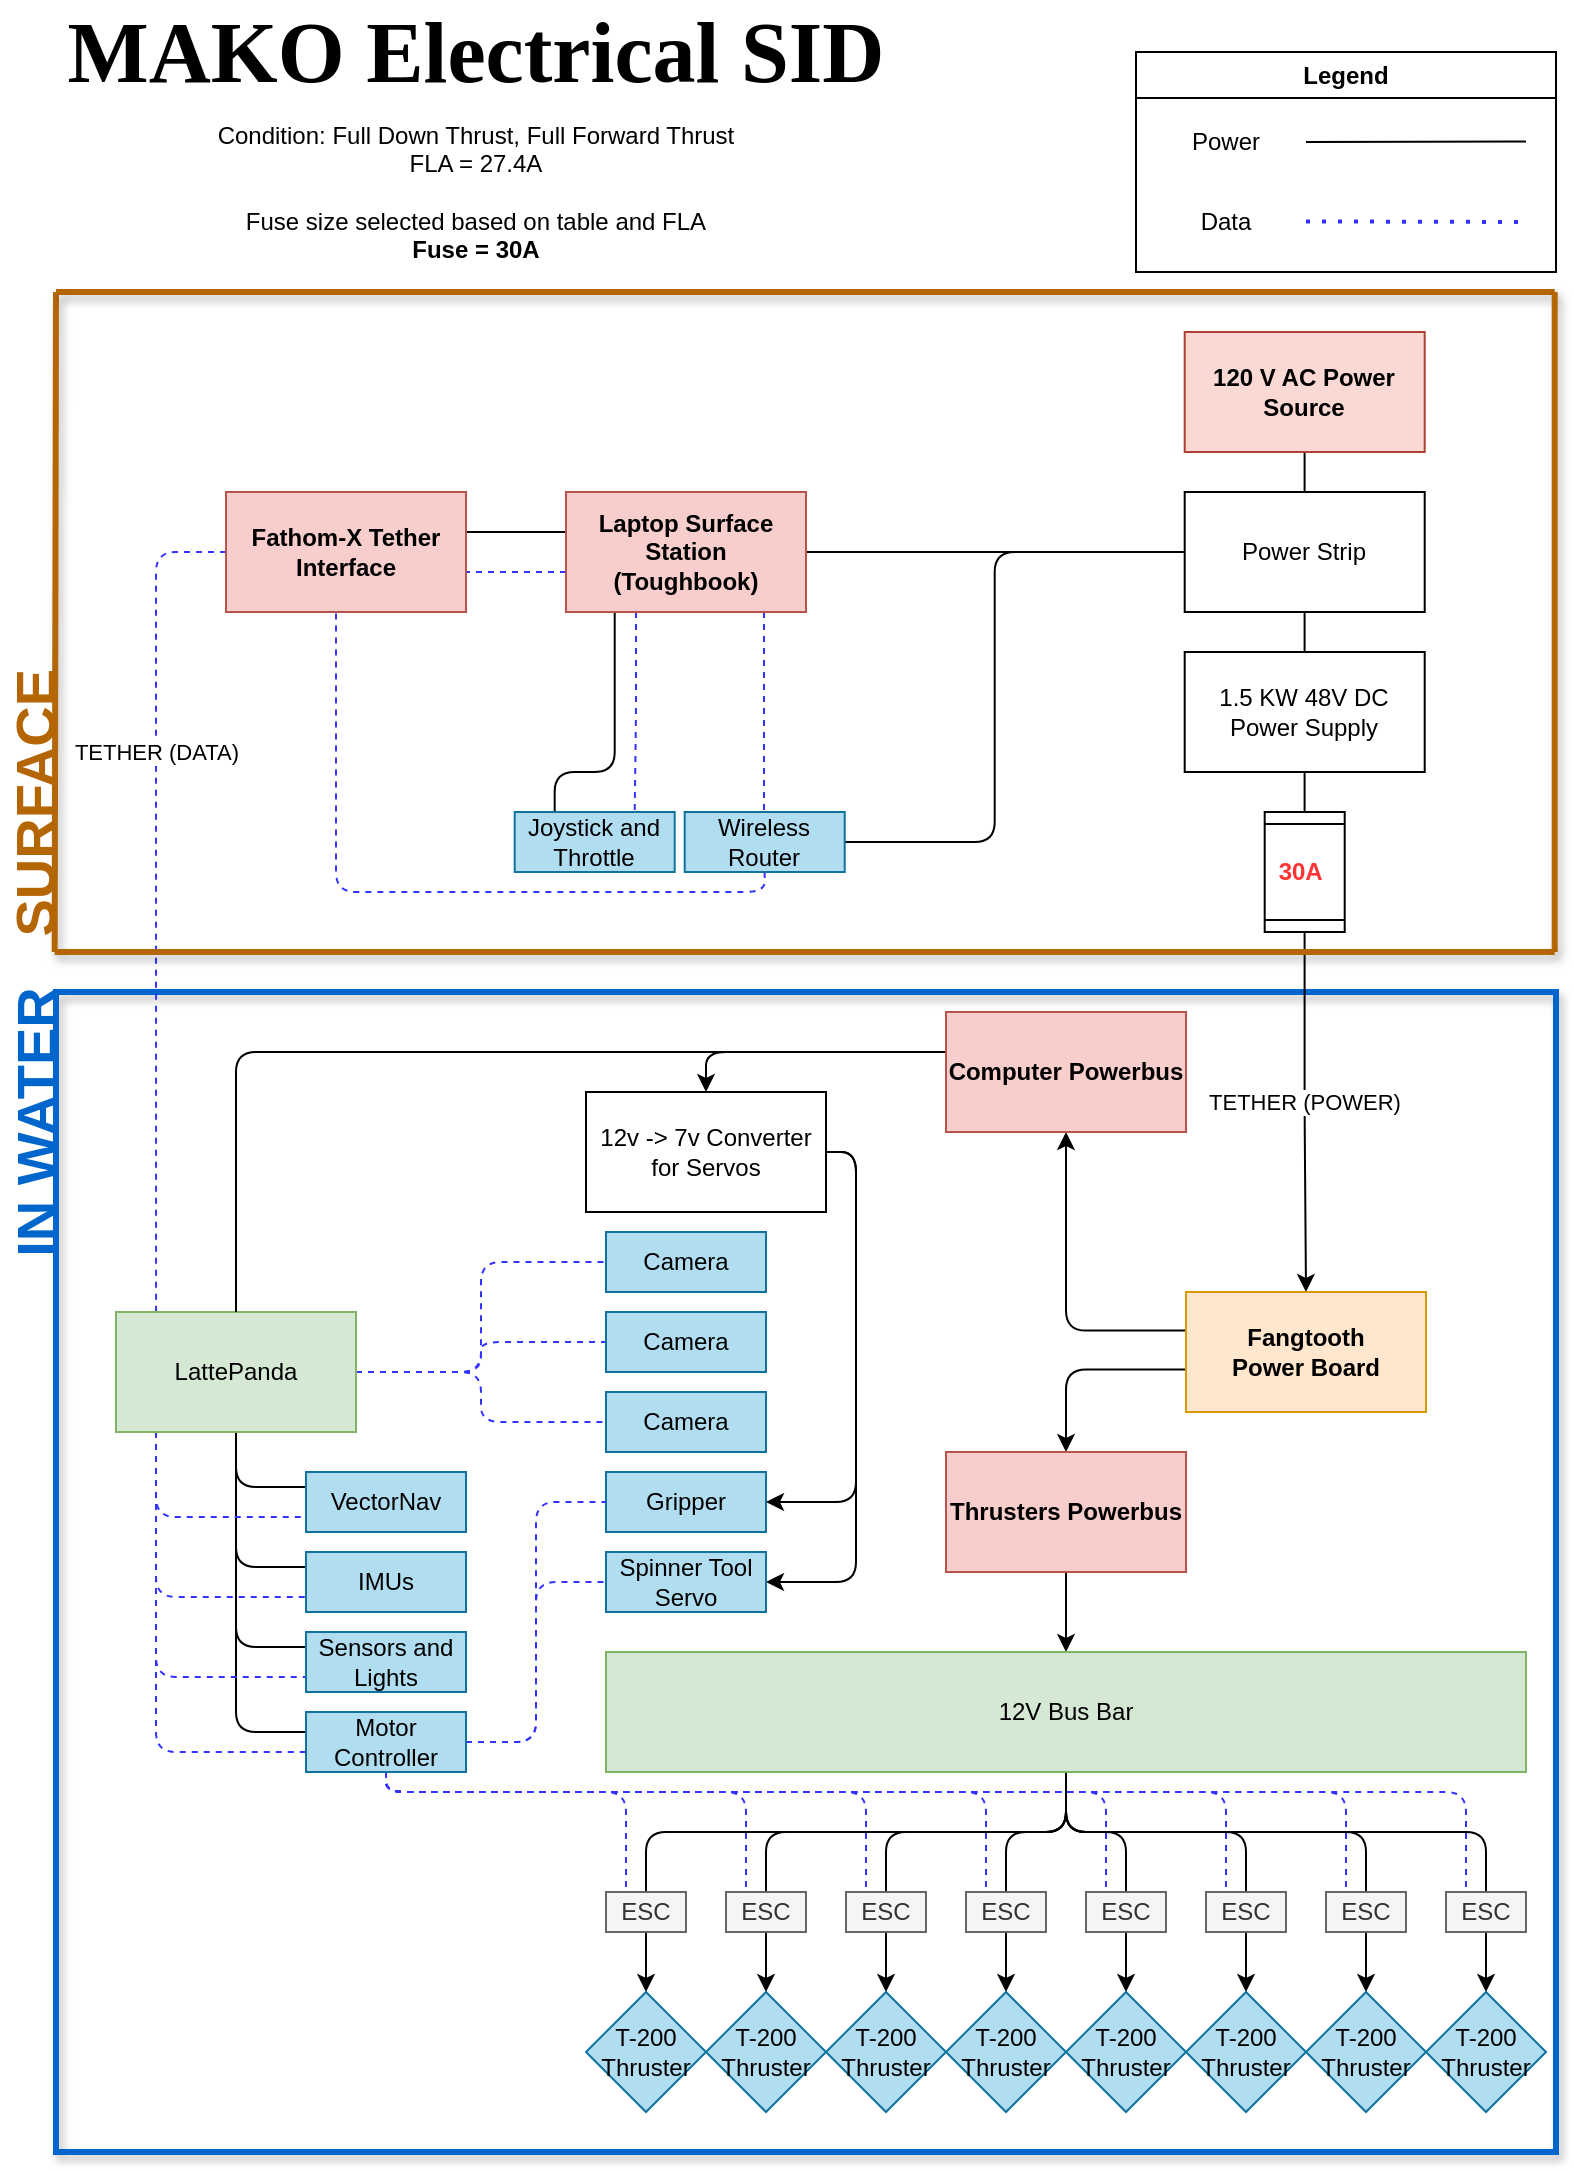
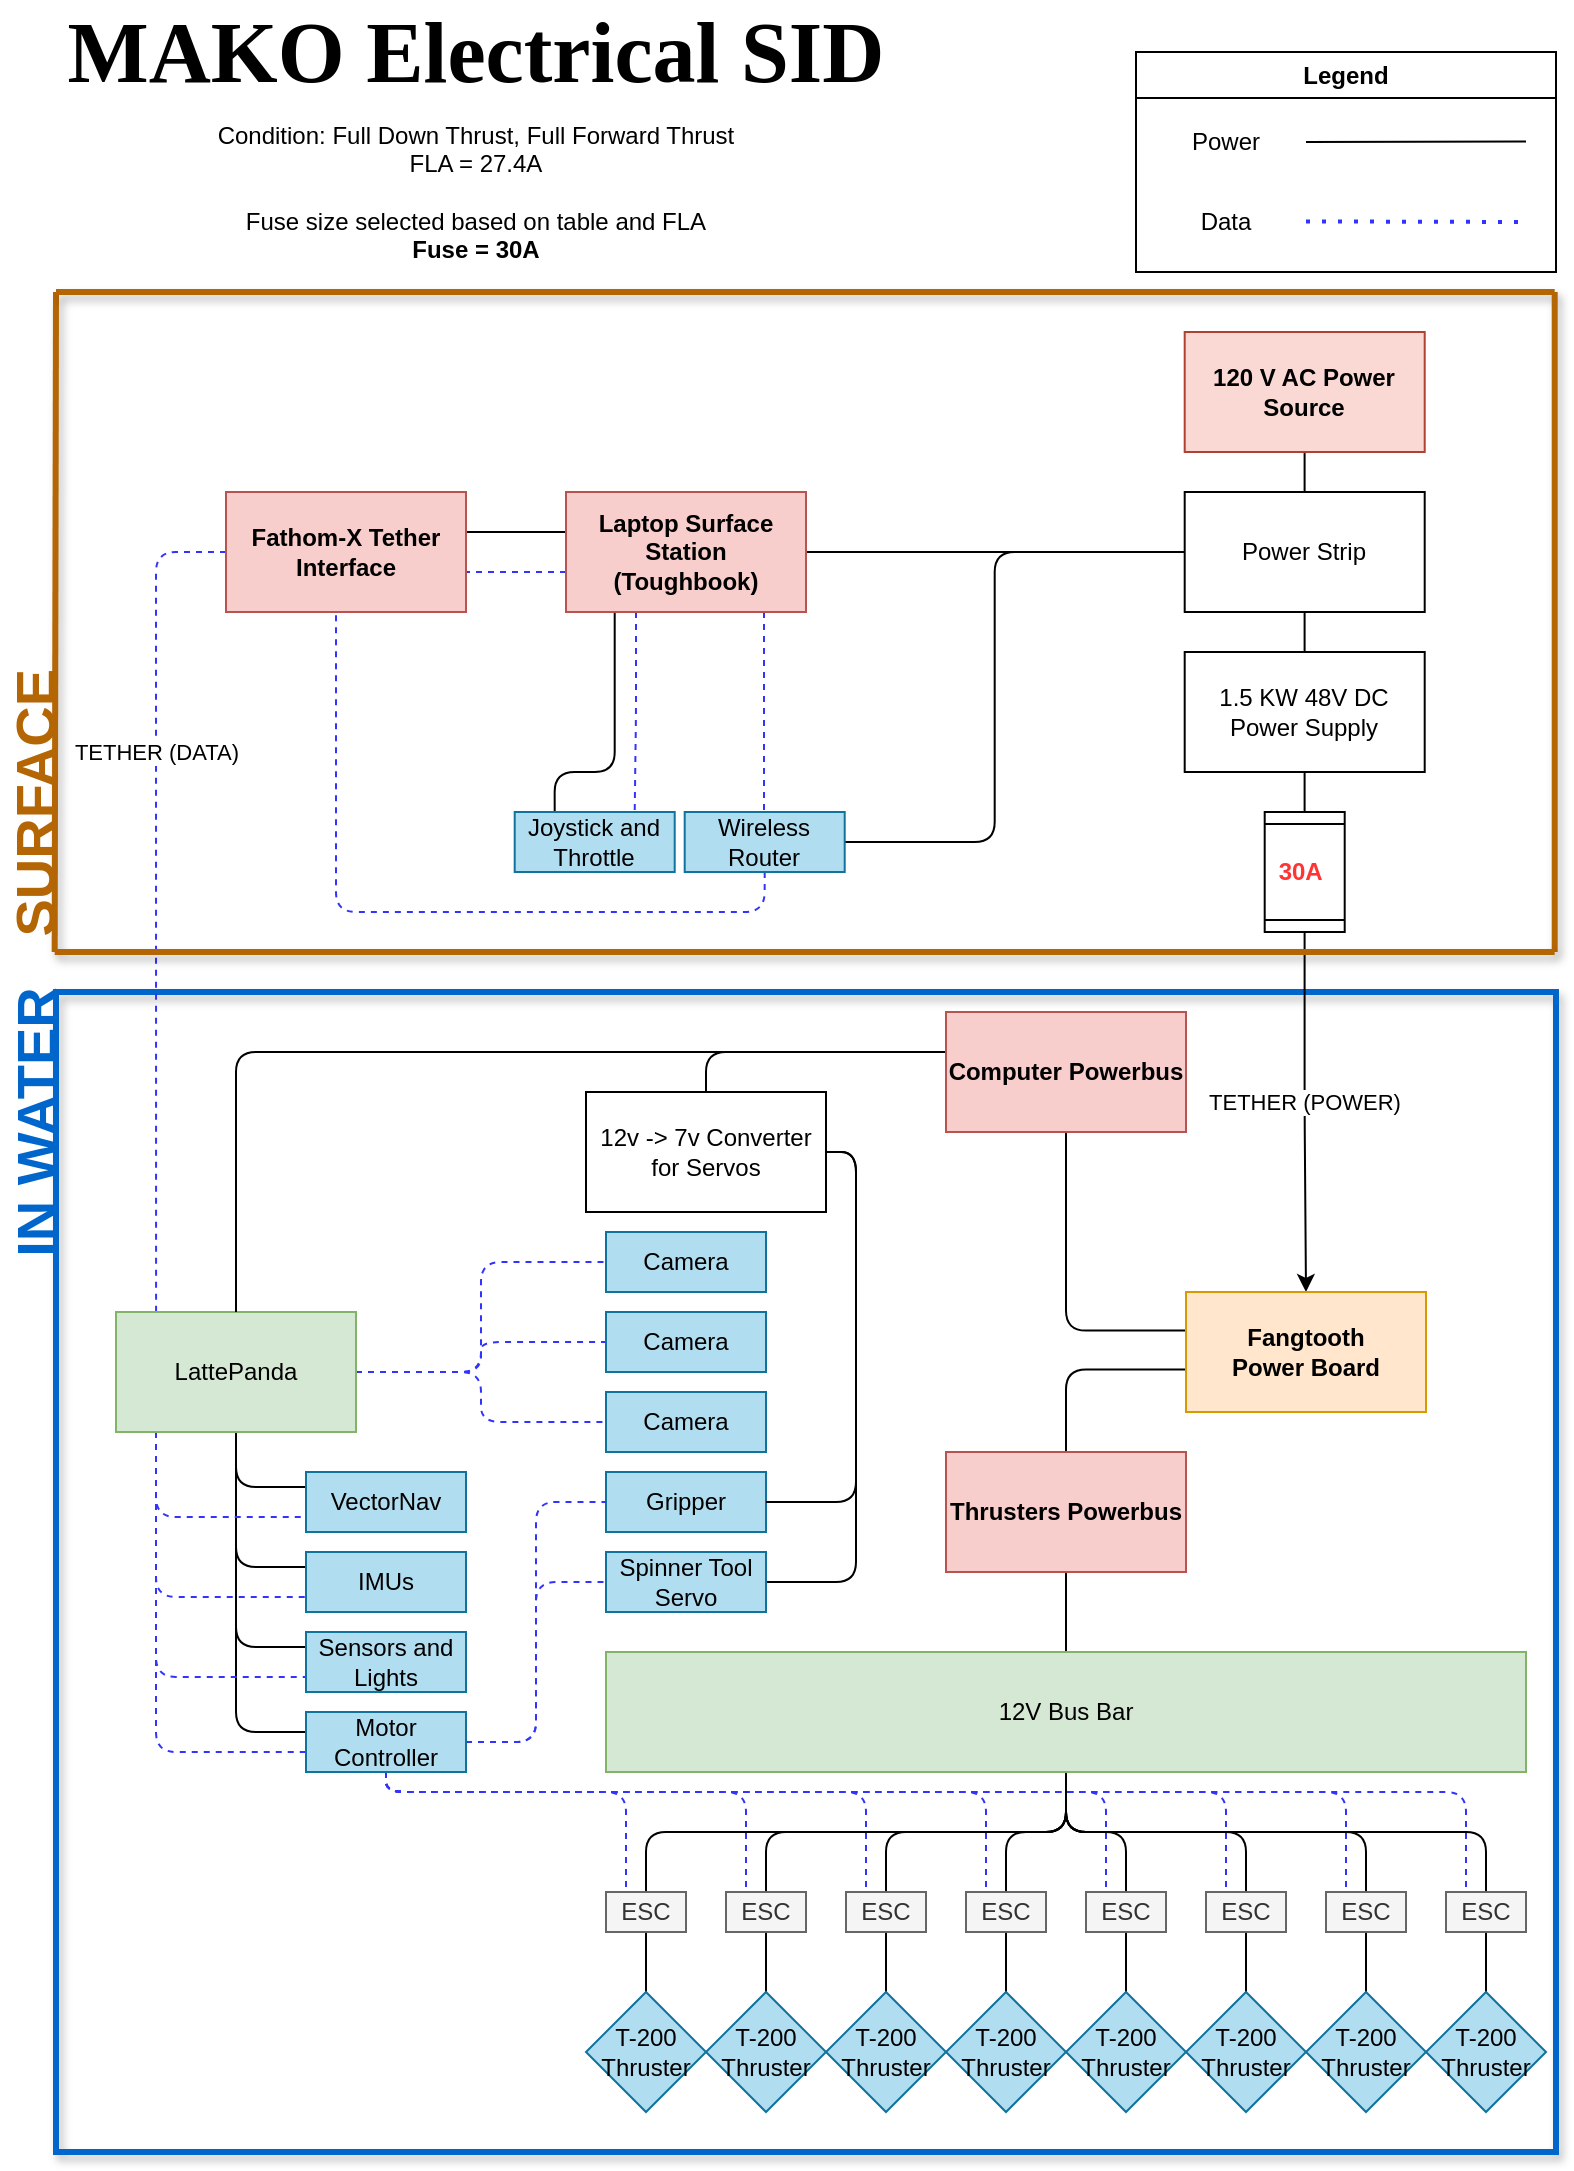
<mxfile host="app.diagrams.net" agent="Mozilla/5.0 (Windows NT 10.0; Win64; x64; rv:139.0) Gecko/20100101 Firefox/139.0">
  <diagram name="Page-1" id="doaNbLGYiiKzRFzNWdXi">
-     <mxGraphModel dx="324" dy="681" grid="1" gridSize="10" guides="1" tooltips="1" connect="1" arrows="1" fold="1" page="1" pageScale="1" pageWidth="850" pageHeight="1100" math="0" shadow="0">
+     <mxGraphModel dx="1566" dy="1402" grid="1" gridSize="10" guides="1" tooltips="1" connect="1" arrows="1" fold="1" page="1" pageScale="1" pageWidth="850" pageHeight="1100" math="0" shadow="0">
      <root>
        <mxCell id="0" />
        <mxCell id="1" parent="0" />
        <mxCell id="0vSBfI8_46AL9H7hPHAw-18" parent="1" style="rounded=0;whiteSpace=wrap;html=1;fillColor=none;strokeWidth=3;strokeColor=#0066CC;glass=0;shadow=1;" value="" vertex="1">
          <mxGeometry height="580" width="750" x="890" y="500" as="geometry" />
        </mxCell>
        <mxCell id="59XTsty1G1Yx93DkZX_j-1" parent="1" style="text;html=1;whiteSpace=wrap;strokeColor=none;fillColor=none;align=center;verticalAlign=middle;rounded=0;fontFamily=Times New Roman;fontStyle=1" value="&lt;font style=&quot;font-size: 43px;&quot;&gt;&lt;span&gt;MAKO Electrical SID&lt;/span&gt;&lt;/font&gt;" vertex="1">
          <mxGeometry height="40" width="420" x="890" y="10" as="geometry" />
        </mxCell>
        <mxCell id="59XTsty1G1Yx93DkZX_j-24" edge="1" parent="1" style="edgeStyle=orthogonalEdgeStyle;rounded=0;orthogonalLoop=1;jettySize=auto;html=1;exitX=0.5;exitY=1;exitDx=0;exitDy=0;">
          <mxGeometry relative="1" as="geometry">
            <mxPoint x="1435" y="910" as="sourcePoint" />
            <mxPoint x="1435" y="910" as="targetPoint" />
          </mxGeometry>
        </mxCell>
        <mxCell id="59XTsty1G1Yx93DkZX_j-45" parent="1" style="swimlane;whiteSpace=wrap;html=1;" value="Legend" vertex="1">
          <mxGeometry height="110" width="210" x="1430" y="30" as="geometry" />
        </mxCell>
        <mxCell id="59XTsty1G1Yx93DkZX_j-46" parent="59XTsty1G1Yx93DkZX_j-45" style="text;html=1;whiteSpace=wrap;strokeColor=none;fillColor=none;align=center;verticalAlign=middle;rounded=0;" value="Power" vertex="1">
          <mxGeometry height="30" width="60" x="15" y="30" as="geometry" />
        </mxCell>
        <mxCell id="59XTsty1G1Yx93DkZX_j-47" parent="59XTsty1G1Yx93DkZX_j-45" style="text;html=1;whiteSpace=wrap;strokeColor=none;fillColor=none;align=center;verticalAlign=middle;rounded=0;" value="Data" vertex="1">
          <mxGeometry height="30" width="60" x="15" y="70" as="geometry" />
        </mxCell>
        <mxCell id="59XTsty1G1Yx93DkZX_j-53" edge="1" parent="59XTsty1G1Yx93DkZX_j-45" style="endArrow=none;dashed=1;html=1;dashPattern=1 3;strokeWidth=2;strokeColor=#3333FF;" value="">
          <mxGeometry height="50" relative="1" width="50" as="geometry">
            <mxPoint x="85" y="84.72" as="sourcePoint" />
            <mxPoint x="195" y="85" as="targetPoint" />
          </mxGeometry>
        </mxCell>
        <mxCell id="59XTsty1G1Yx93DkZX_j-54" edge="1" parent="59XTsty1G1Yx93DkZX_j-45" style="endArrow=none;html=1;strokeColor=#000000;" value="">
          <mxGeometry height="50" relative="1" width="50" as="geometry">
            <mxPoint x="85" y="45.06" as="sourcePoint" />
            <mxPoint x="195" y="44.78" as="targetPoint" />
          </mxGeometry>
        </mxCell>
        <mxCell id="59XTsty1G1Yx93DkZX_j-216" edge="1" parent="1" source="59XTsty1G1Yx93DkZX_j-57" style="edgeStyle=orthogonalEdgeStyle;orthogonalLoop=1;jettySize=auto;html=1;endArrow=none;endFill=0;" target="59XTsty1G1Yx93DkZX_j-208" value="">
          <mxGeometry relative="1" as="geometry" />
        </mxCell>
        <mxCell id="59XTsty1G1Yx93DkZX_j-57" parent="1" style="rounded=0;whiteSpace=wrap;html=1;fillColor=#fad9d5;strokeColor=#ae4132;fontStyle=1" value="120 V AC Power Source" vertex="1">
          <mxGeometry height="60" width="120" x="1454.35" y="170" as="geometry" />
        </mxCell>
        <mxCell id="59XTsty1G1Yx93DkZX_j-71" edge="1" parent="1" source="59XTsty1G1Yx93DkZX_j-66" style="edgeStyle=orthogonalEdgeStyle;orthogonalLoop=1;jettySize=auto;html=1;endArrow=none;endFill=0;" target="59XTsty1G1Yx93DkZX_j-70" value="">
          <mxGeometry relative="1" as="geometry" />
        </mxCell>
        <mxCell id="59XTsty1G1Yx93DkZX_j-66" parent="1" style="rounded=0;whiteSpace=wrap;html=1;" value="&lt;div&gt;1.5 KW 48V DC Power Supply&lt;/div&gt;" vertex="1">
          <mxGeometry height="60" width="120" x="1454.35" y="330" as="geometry" />
        </mxCell>
        <mxCell id="59XTsty1G1Yx93DkZX_j-81" edge="1" parent="1" source="59XTsty1G1Yx93DkZX_j-70" style="edgeStyle=orthogonalEdgeStyle;orthogonalLoop=1;jettySize=auto;html=1;entryX=0.5;entryY=0;entryDx=0;entryDy=0;" target="59XTsty1G1Yx93DkZX_j-101" value="">
          <mxGeometry relative="1" as="geometry">
            <mxPoint x="1515" y="470" as="targetPoint" />
          </mxGeometry>
        </mxCell>
        <mxCell id="59XTsty1G1Yx93DkZX_j-99" connectable="0" parent="59XTsty1G1Yx93DkZX_j-81" style="edgeLabel;html=1;align=center;verticalAlign=middle;resizable=0;points=[];" value="TETHER (POWER)" vertex="1">
          <mxGeometry relative="1" x="-0.062" y="-1" as="geometry">
            <mxPoint as="offset" />
          </mxGeometry>
        </mxCell>
        <mxCell id="59XTsty1G1Yx93DkZX_j-70" parent="1" style="shape=process;whiteSpace=wrap;html=1;backgroundOutline=1;rounded=0;direction=south;" value="&lt;div&gt;&lt;b style=&quot;color: rgb(255, 53, 53);&quot;&gt;30A&amp;nbsp;&lt;/b&gt;&lt;/div&gt;" vertex="1">
          <mxGeometry height="60" width="40" x="1494.35" y="410" as="geometry" />
        </mxCell>
        <mxCell id="59XTsty1G1Yx93DkZX_j-83" parent="1" style="text;html=1;whiteSpace=wrap;strokeColor=none;fillColor=none;align=center;verticalAlign=middle;rounded=0;" value="&lt;div&gt;Condition: Full Down Thrust, Full Forward Thrust&lt;/div&gt;&lt;div&gt;FLA = 27.4A&lt;/div&gt;&lt;div&gt;&lt;br&gt;&lt;/div&gt;&lt;div&gt;Fuse size selected based on table and FLA&lt;/div&gt;&lt;div&gt;&lt;b&gt;Fuse = 30A&lt;/b&gt;&lt;/div&gt;" vertex="1">
          <mxGeometry height="80" width="410" x="894.9999999999999" y="60" as="geometry" />
        </mxCell>
-         <mxCell id="59XTsty1G1Yx93DkZX_j-205" edge="1" parent="1" source="59XTsty1G1Yx93DkZX_j-101" style="edgeStyle=orthogonalEdgeStyle;orthogonalLoop=1;jettySize=auto;html=1;entryX=0.5;entryY=1;entryDx=0;entryDy=0;exitX=-0.004;exitY=0.321;exitDx=0;exitDy=0;exitPerimeter=0;" target="59XTsty1G1Yx93DkZX_j-180">
-           <mxGeometry relative="1" as="geometry" />
-         </mxCell>
-         <mxCell id="59XTsty1G1Yx93DkZX_j-206" edge="1" parent="1" source="59XTsty1G1Yx93DkZX_j-101" style="edgeStyle=orthogonalEdgeStyle;orthogonalLoop=1;jettySize=auto;html=1;exitX=0.001;exitY=0.645;exitDx=0;exitDy=0;exitPerimeter=0;" target="59XTsty1G1Yx93DkZX_j-102">
+         <mxCell id="59XTsty1G1Yx93DkZX_j-205" edge="1" parent="1" source="59XTsty1G1Yx93DkZX_j-101" style="edgeStyle=orthogonalEdgeStyle;orthogonalLoop=1;jettySize=auto;html=1;entryX=0.5;entryY=1;entryDx=0;entryDy=0;exitX=-0.004;exitY=0.321;exitDx=0;exitDy=0;exitPerimeter=0;endArrow=none;endFill=0;" target="59XTsty1G1Yx93DkZX_j-180">
+           <mxGeometry relative="1" as="geometry" />
+         </mxCell>
+         <mxCell id="59XTsty1G1Yx93DkZX_j-206" edge="1" parent="1" source="59XTsty1G1Yx93DkZX_j-101" style="edgeStyle=orthogonalEdgeStyle;orthogonalLoop=1;jettySize=auto;html=1;exitX=0.001;exitY=0.645;exitDx=0;exitDy=0;exitPerimeter=0;endArrow=none;endFill=0;" target="59XTsty1G1Yx93DkZX_j-102">
          <mxGeometry relative="1" as="geometry" />
        </mxCell>
        <mxCell id="59XTsty1G1Yx93DkZX_j-101" parent="1" style="rounded=0;whiteSpace=wrap;html=1;fillColor=#ffe6cc;strokeColor=#d79b00;fontStyle=1" value="&lt;div&gt;Fangtooth&lt;/div&gt;&lt;div&gt;Power Board&lt;/div&gt;" vertex="1">
          <mxGeometry height="60" width="120" x="1455" y="650" as="geometry" />
        </mxCell>
-         <mxCell id="59XTsty1G1Yx93DkZX_j-113" edge="1" parent="1" source="59XTsty1G1Yx93DkZX_j-102" style="edgeStyle=orthogonalEdgeStyle;orthogonalLoop=1;jettySize=auto;html=1;entryX=0.5;entryY=0;entryDx=0;entryDy=0;" target="59XTsty1G1Yx93DkZX_j-108">
+         <mxCell id="59XTsty1G1Yx93DkZX_j-113" edge="1" parent="1" source="59XTsty1G1Yx93DkZX_j-102" style="edgeStyle=orthogonalEdgeStyle;orthogonalLoop=1;jettySize=auto;html=1;entryX=0.5;entryY=0;entryDx=0;entryDy=0;endArrow=none;endFill=0;" target="59XTsty1G1Yx93DkZX_j-108">
          <mxGeometry relative="1" as="geometry" />
        </mxCell>
        <mxCell id="59XTsty1G1Yx93DkZX_j-102" parent="1" style="rounded=0;whiteSpace=wrap;html=1;fillColor=#f8cecc;strokeColor=#b85450;fontStyle=1" value="Thrusters Powerbus" vertex="1">
          <mxGeometry height="60" width="120" x="1335" y="730" as="geometry" />
        </mxCell>
        <mxCell id="59XTsty1G1Yx93DkZX_j-135" edge="1" parent="1" source="59XTsty1G1Yx93DkZX_j-108" style="edgeStyle=orthogonalEdgeStyle;orthogonalLoop=1;jettySize=auto;html=1;entryX=0.5;entryY=0;entryDx=0;entryDy=0;endArrow=none;endFill=0;" target="59XTsty1G1Yx93DkZX_j-116">
          <mxGeometry relative="1" as="geometry" />
        </mxCell>
        <mxCell id="59XTsty1G1Yx93DkZX_j-137" edge="1" parent="1" source="59XTsty1G1Yx93DkZX_j-108" style="edgeStyle=orthogonalEdgeStyle;orthogonalLoop=1;jettySize=auto;html=1;entryX=0.5;entryY=0;entryDx=0;entryDy=0;endArrow=none;endFill=0;" target="59XTsty1G1Yx93DkZX_j-120">
          <mxGeometry relative="1" as="geometry" />
        </mxCell>
        <mxCell id="59XTsty1G1Yx93DkZX_j-138" edge="1" parent="1" source="59XTsty1G1Yx93DkZX_j-108" style="edgeStyle=orthogonalEdgeStyle;orthogonalLoop=1;jettySize=auto;html=1;entryX=0.5;entryY=0;entryDx=0;entryDy=0;endArrow=none;endFill=0;" target="59XTsty1G1Yx93DkZX_j-117">
          <mxGeometry relative="1" as="geometry" />
        </mxCell>
        <mxCell id="59XTsty1G1Yx93DkZX_j-139" edge="1" parent="1" source="59XTsty1G1Yx93DkZX_j-108" style="edgeStyle=orthogonalEdgeStyle;orthogonalLoop=1;jettySize=auto;html=1;entryX=0.5;entryY=0;entryDx=0;entryDy=0;endArrow=none;endFill=0;" target="59XTsty1G1Yx93DkZX_j-118">
          <mxGeometry relative="1" as="geometry" />
        </mxCell>
        <mxCell id="59XTsty1G1Yx93DkZX_j-140" edge="1" parent="1" source="59XTsty1G1Yx93DkZX_j-108" style="edgeStyle=orthogonalEdgeStyle;orthogonalLoop=1;jettySize=auto;html=1;entryX=0.5;entryY=0;entryDx=0;entryDy=0;endArrow=none;endFill=0;" target="59XTsty1G1Yx93DkZX_j-121">
          <mxGeometry relative="1" as="geometry" />
        </mxCell>
        <mxCell id="59XTsty1G1Yx93DkZX_j-141" edge="1" parent="1" source="59XTsty1G1Yx93DkZX_j-108" style="edgeStyle=orthogonalEdgeStyle;orthogonalLoop=1;jettySize=auto;html=1;entryX=0.5;entryY=0;entryDx=0;entryDy=0;endArrow=none;endFill=0;" target="59XTsty1G1Yx93DkZX_j-122">
          <mxGeometry relative="1" as="geometry" />
        </mxCell>
        <mxCell id="59XTsty1G1Yx93DkZX_j-142" edge="1" parent="1" source="59XTsty1G1Yx93DkZX_j-108" style="edgeStyle=orthogonalEdgeStyle;orthogonalLoop=1;jettySize=auto;html=1;entryX=0.5;entryY=0;entryDx=0;entryDy=0;endArrow=none;endFill=0;" target="59XTsty1G1Yx93DkZX_j-123">
          <mxGeometry relative="1" as="geometry" />
        </mxCell>
        <mxCell id="59XTsty1G1Yx93DkZX_j-143" edge="1" parent="1" source="59XTsty1G1Yx93DkZX_j-108" style="edgeStyle=orthogonalEdgeStyle;orthogonalLoop=1;jettySize=auto;html=1;endArrow=none;endFill=0;" target="59XTsty1G1Yx93DkZX_j-124">
          <mxGeometry relative="1" as="geometry" />
        </mxCell>
        <mxCell id="59XTsty1G1Yx93DkZX_j-108" parent="1" style="rounded=0;whiteSpace=wrap;html=1;fillColor=#d5e8d4;strokeColor=#82b366;fontStyle=0" value="&lt;span&gt;12V Bus Bar&lt;/span&gt;" vertex="1">
          <mxGeometry height="60" width="460" x="1165" y="830" as="geometry" />
        </mxCell>
        <mxCell id="59XTsty1G1Yx93DkZX_j-158" edge="1" parent="1" source="59XTsty1G1Yx93DkZX_j-111" style="edgeStyle=orthogonalEdgeStyle;orthogonalLoop=1;jettySize=auto;html=1;entryX=0;entryY=0.5;entryDx=0;entryDy=0;dashed=1;strokeColor=#3333FF;endArrow=none;endFill=0;" target="59XTsty1G1Yx93DkZX_j-154">
          <mxGeometry relative="1" as="geometry" />
        </mxCell>
        <mxCell id="59XTsty1G1Yx93DkZX_j-159" edge="1" parent="1" source="59XTsty1G1Yx93DkZX_j-111" style="edgeStyle=orthogonalEdgeStyle;orthogonalLoop=1;jettySize=auto;html=1;entryX=0;entryY=0.5;entryDx=0;entryDy=0;dashed=1;strokeColor=#3333FF;endArrow=none;endFill=0;" target="59XTsty1G1Yx93DkZX_j-153">
          <mxGeometry relative="1" as="geometry" />
        </mxCell>
        <mxCell id="59XTsty1G1Yx93DkZX_j-232" edge="1" parent="1" source="59XTsty1G1Yx93DkZX_j-111" style="edgeStyle=orthogonalEdgeStyle;orthogonalLoop=1;jettySize=auto;html=1;entryX=0;entryY=0.25;entryDx=0;entryDy=0;endArrow=none;endFill=0;" target="59XTsty1G1Yx93DkZX_j-164">
          <mxGeometry relative="1" as="geometry">
            <Array as="points">
              <mxPoint x="980" y="748" />
            </Array>
          </mxGeometry>
        </mxCell>
        <mxCell id="59XTsty1G1Yx93DkZX_j-233" edge="1" parent="1" source="59XTsty1G1Yx93DkZX_j-111" style="edgeStyle=orthogonalEdgeStyle;orthogonalLoop=1;jettySize=auto;html=1;entryX=0;entryY=0.25;entryDx=0;entryDy=0;endArrow=none;endFill=0;" target="59XTsty1G1Yx93DkZX_j-163">
          <mxGeometry relative="1" as="geometry">
            <Array as="points">
              <mxPoint x="980" y="788" />
            </Array>
          </mxGeometry>
        </mxCell>
        <mxCell id="59XTsty1G1Yx93DkZX_j-234" edge="1" parent="1" source="59XTsty1G1Yx93DkZX_j-111" style="edgeStyle=orthogonalEdgeStyle;orthogonalLoop=1;jettySize=auto;html=1;entryX=0;entryY=0.25;entryDx=0;entryDy=0;endArrow=none;endFill=0;" target="59XTsty1G1Yx93DkZX_j-165">
          <mxGeometry relative="1" as="geometry">
            <Array as="points">
              <mxPoint x="980" y="828" />
            </Array>
          </mxGeometry>
        </mxCell>
        <mxCell id="59XTsty1G1Yx93DkZX_j-235" edge="1" parent="1" source="59XTsty1G1Yx93DkZX_j-111" style="edgeStyle=orthogonalEdgeStyle;orthogonalLoop=1;jettySize=auto;html=1;entryX=0.003;entryY=0.353;entryDx=0;entryDy=0;entryPerimeter=0;endArrow=none;endFill=0;" target="59XTsty1G1Yx93DkZX_j-231">
          <mxGeometry relative="1" as="geometry">
            <Array as="points">
              <mxPoint x="980" y="870" />
              <mxPoint x="1015" y="870" />
            </Array>
          </mxGeometry>
        </mxCell>
        <mxCell id="59XTsty1G1Yx93DkZX_j-236" edge="1" parent="1" source="59XTsty1G1Yx93DkZX_j-111" style="edgeStyle=orthogonalEdgeStyle;orthogonalLoop=1;jettySize=auto;html=1;entryX=-0.002;entryY=0.647;entryDx=0;entryDy=0;dashed=1;strokeColor=#3333FF;entryPerimeter=0;endArrow=none;endFill=0;" target="59XTsty1G1Yx93DkZX_j-231">
          <mxGeometry relative="1" as="geometry">
            <Array as="points">
              <mxPoint x="940" y="880" />
              <mxPoint x="1015" y="880" />
            </Array>
          </mxGeometry>
        </mxCell>
        <mxCell id="59XTsty1G1Yx93DkZX_j-237" edge="1" parent="1" source="59XTsty1G1Yx93DkZX_j-111" style="edgeStyle=orthogonalEdgeStyle;orthogonalLoop=1;jettySize=auto;html=1;entryX=0;entryY=0.75;entryDx=0;entryDy=0;dashed=1;strokeColor=#3333FF;endArrow=none;endFill=0;" target="59XTsty1G1Yx93DkZX_j-165">
          <mxGeometry relative="1" as="geometry">
            <Array as="points">
              <mxPoint x="940" y="843" />
            </Array>
          </mxGeometry>
        </mxCell>
        <mxCell id="59XTsty1G1Yx93DkZX_j-238" edge="1" parent="1" source="59XTsty1G1Yx93DkZX_j-111" style="edgeStyle=orthogonalEdgeStyle;orthogonalLoop=1;jettySize=auto;html=1;entryX=0;entryY=0.75;entryDx=0;entryDy=0;dashed=1;strokeColor=#3333FF;endArrow=none;endFill=0;" target="59XTsty1G1Yx93DkZX_j-163">
          <mxGeometry relative="1" as="geometry">
            <Array as="points">
              <mxPoint x="940" y="803" />
            </Array>
          </mxGeometry>
        </mxCell>
        <mxCell id="59XTsty1G1Yx93DkZX_j-239" edge="1" parent="1" source="59XTsty1G1Yx93DkZX_j-111" style="edgeStyle=orthogonalEdgeStyle;orthogonalLoop=1;jettySize=auto;html=1;entryX=0;entryY=0.75;entryDx=0;entryDy=0;dashed=1;strokeColor=#3333FF;endArrow=none;endFill=0;" target="59XTsty1G1Yx93DkZX_j-164">
          <mxGeometry relative="1" as="geometry">
            <Array as="points">
              <mxPoint x="940" y="763" />
            </Array>
          </mxGeometry>
        </mxCell>
        <mxCell id="0vSBfI8_46AL9H7hPHAw-38" edge="1" parent="1" source="59XTsty1G1Yx93DkZX_j-111" style="edgeStyle=orthogonalEdgeStyle;rounded=1;orthogonalLoop=1;jettySize=auto;html=1;entryX=0;entryY=0.5;entryDx=0;entryDy=0;curved=0;endArrow=none;endFill=0;dashed=1;strokeColor=#3333FF;" target="0vSBfI8_46AL9H7hPHAw-37">
          <mxGeometry relative="1" as="geometry" />
        </mxCell>
        <mxCell id="59XTsty1G1Yx93DkZX_j-111" parent="1" style="rounded=0;whiteSpace=wrap;html=1;fillColor=#d5e8d4;strokeColor=#82b366;" value="LattePanda" vertex="1">
          <mxGeometry height="60" width="120" x="920" y="660" as="geometry" />
        </mxCell>
-         <mxCell id="59XTsty1G1Yx93DkZX_j-145" edge="1" parent="1" source="59XTsty1G1Yx93DkZX_j-116" style="edgeStyle=orthogonalEdgeStyle;orthogonalLoop=1;jettySize=auto;html=1;entryX=0.5;entryY=0;entryDx=0;entryDy=0;" target="59XTsty1G1Yx93DkZX_j-126">
+         <mxCell id="59XTsty1G1Yx93DkZX_j-145" edge="1" parent="1" source="59XTsty1G1Yx93DkZX_j-116" style="edgeStyle=orthogonalEdgeStyle;orthogonalLoop=1;jettySize=auto;html=1;entryX=0.5;entryY=0;entryDx=0;entryDy=0;endArrow=none;endFill=0;" target="59XTsty1G1Yx93DkZX_j-126">
          <mxGeometry relative="1" as="geometry" />
        </mxCell>
        <mxCell id="59XTsty1G1Yx93DkZX_j-116" parent="1" style="rounded=0;whiteSpace=wrap;html=1;fillColor=#f5f5f5;fontColor=#333333;strokeColor=#666666;" value="ESC" vertex="1">
          <mxGeometry height="20" width="40" x="1165" y="950" as="geometry" />
        </mxCell>
-         <mxCell id="59XTsty1G1Yx93DkZX_j-147" edge="1" parent="1" source="59XTsty1G1Yx93DkZX_j-117" style="edgeStyle=orthogonalEdgeStyle;orthogonalLoop=1;jettySize=auto;html=1;entryX=0.5;entryY=0;entryDx=0;entryDy=0;" target="59XTsty1G1Yx93DkZX_j-128">
+         <mxCell id="59XTsty1G1Yx93DkZX_j-147" edge="1" parent="1" source="59XTsty1G1Yx93DkZX_j-117" style="edgeStyle=orthogonalEdgeStyle;orthogonalLoop=1;jettySize=auto;html=1;entryX=0.5;entryY=0;entryDx=0;entryDy=0;endArrow=none;endFill=0;" target="59XTsty1G1Yx93DkZX_j-128">
          <mxGeometry relative="1" as="geometry" />
        </mxCell>
        <mxCell id="59XTsty1G1Yx93DkZX_j-117" parent="1" style="rounded=0;whiteSpace=wrap;html=1;fillColor=#f5f5f5;fontColor=#333333;strokeColor=#666666;" value="ESC" vertex="1">
          <mxGeometry height="20" width="40" x="1285" y="950" as="geometry" />
        </mxCell>
-         <mxCell id="59XTsty1G1Yx93DkZX_j-148" edge="1" parent="1" source="59XTsty1G1Yx93DkZX_j-118" style="edgeStyle=orthogonalEdgeStyle;orthogonalLoop=1;jettySize=auto;html=1;entryX=0.5;entryY=0;entryDx=0;entryDy=0;" target="59XTsty1G1Yx93DkZX_j-129">
+         <mxCell id="59XTsty1G1Yx93DkZX_j-148" edge="1" parent="1" source="59XTsty1G1Yx93DkZX_j-118" style="edgeStyle=orthogonalEdgeStyle;orthogonalLoop=1;jettySize=auto;html=1;entryX=0.5;entryY=0;entryDx=0;entryDy=0;endArrow=none;endFill=0;" target="59XTsty1G1Yx93DkZX_j-129">
          <mxGeometry relative="1" as="geometry" />
        </mxCell>
        <mxCell id="59XTsty1G1Yx93DkZX_j-118" parent="1" style="rounded=0;whiteSpace=wrap;html=1;fillColor=#f5f5f5;fontColor=#333333;strokeColor=#666666;" value="ESC" vertex="1">
          <mxGeometry height="20" width="40" x="1345" y="950" as="geometry" />
        </mxCell>
-         <mxCell id="59XTsty1G1Yx93DkZX_j-146" edge="1" parent="1" source="59XTsty1G1Yx93DkZX_j-120" style="edgeStyle=orthogonalEdgeStyle;orthogonalLoop=1;jettySize=auto;html=1;entryX=0.5;entryY=0;entryDx=0;entryDy=0;" target="59XTsty1G1Yx93DkZX_j-127">
+         <mxCell id="59XTsty1G1Yx93DkZX_j-146" edge="1" parent="1" source="59XTsty1G1Yx93DkZX_j-120" style="edgeStyle=orthogonalEdgeStyle;orthogonalLoop=1;jettySize=auto;html=1;entryX=0.5;entryY=0;entryDx=0;entryDy=0;endArrow=none;endFill=0;" target="59XTsty1G1Yx93DkZX_j-127">
          <mxGeometry relative="1" as="geometry" />
        </mxCell>
        <mxCell id="59XTsty1G1Yx93DkZX_j-120" parent="1" style="rounded=0;whiteSpace=wrap;html=1;fillColor=#f5f5f5;fontColor=#333333;strokeColor=#666666;" value="ESC" vertex="1">
          <mxGeometry height="20" width="40" x="1225" y="950" as="geometry" />
        </mxCell>
-         <mxCell id="59XTsty1G1Yx93DkZX_j-149" edge="1" parent="1" source="59XTsty1G1Yx93DkZX_j-121" style="edgeStyle=orthogonalEdgeStyle;orthogonalLoop=1;jettySize=auto;html=1;entryX=0.5;entryY=0;entryDx=0;entryDy=0;" target="59XTsty1G1Yx93DkZX_j-130">
+         <mxCell id="59XTsty1G1Yx93DkZX_j-149" edge="1" parent="1" source="59XTsty1G1Yx93DkZX_j-121" style="edgeStyle=orthogonalEdgeStyle;orthogonalLoop=1;jettySize=auto;html=1;entryX=0.5;entryY=0;entryDx=0;entryDy=0;endArrow=none;endFill=0;" target="59XTsty1G1Yx93DkZX_j-130">
          <mxGeometry relative="1" as="geometry" />
        </mxCell>
        <mxCell id="59XTsty1G1Yx93DkZX_j-121" parent="1" style="rounded=0;whiteSpace=wrap;html=1;fillColor=#f5f5f5;fontColor=#333333;strokeColor=#666666;" value="ESC" vertex="1">
          <mxGeometry height="20" width="40" x="1405" y="950" as="geometry" />
        </mxCell>
-         <mxCell id="59XTsty1G1Yx93DkZX_j-150" edge="1" parent="1" source="59XTsty1G1Yx93DkZX_j-122" style="edgeStyle=orthogonalEdgeStyle;orthogonalLoop=1;jettySize=auto;html=1;entryX=0.5;entryY=0;entryDx=0;entryDy=0;" target="59XTsty1G1Yx93DkZX_j-131">
+         <mxCell id="59XTsty1G1Yx93DkZX_j-150" edge="1" parent="1" source="59XTsty1G1Yx93DkZX_j-122" style="edgeStyle=orthogonalEdgeStyle;orthogonalLoop=1;jettySize=auto;html=1;entryX=0.5;entryY=0;entryDx=0;entryDy=0;endArrow=none;endFill=0;" target="59XTsty1G1Yx93DkZX_j-131">
          <mxGeometry relative="1" as="geometry" />
        </mxCell>
        <mxCell id="59XTsty1G1Yx93DkZX_j-122" parent="1" style="rounded=0;whiteSpace=wrap;html=1;fillColor=#f5f5f5;fontColor=#333333;strokeColor=#666666;" value="ESC" vertex="1">
          <mxGeometry height="20" width="40" x="1465" y="950" as="geometry" />
        </mxCell>
-         <mxCell id="59XTsty1G1Yx93DkZX_j-151" edge="1" parent="1" source="59XTsty1G1Yx93DkZX_j-123" style="edgeStyle=orthogonalEdgeStyle;orthogonalLoop=1;jettySize=auto;html=1;entryX=0.5;entryY=0;entryDx=0;entryDy=0;" target="59XTsty1G1Yx93DkZX_j-132">
+         <mxCell id="59XTsty1G1Yx93DkZX_j-151" edge="1" parent="1" source="59XTsty1G1Yx93DkZX_j-123" style="edgeStyle=orthogonalEdgeStyle;orthogonalLoop=1;jettySize=auto;html=1;entryX=0.5;entryY=0;entryDx=0;entryDy=0;endArrow=none;endFill=0;" target="59XTsty1G1Yx93DkZX_j-132">
          <mxGeometry relative="1" as="geometry" />
        </mxCell>
        <mxCell id="59XTsty1G1Yx93DkZX_j-123" parent="1" style="rounded=0;whiteSpace=wrap;html=1;fillColor=#f5f5f5;fontColor=#333333;strokeColor=#666666;" value="ESC" vertex="1">
          <mxGeometry height="20" width="40" x="1525" y="950" as="geometry" />
        </mxCell>
-         <mxCell id="59XTsty1G1Yx93DkZX_j-152" edge="1" parent="1" source="59XTsty1G1Yx93DkZX_j-124" style="edgeStyle=orthogonalEdgeStyle;orthogonalLoop=1;jettySize=auto;html=1;entryX=0.5;entryY=0;entryDx=0;entryDy=0;" target="59XTsty1G1Yx93DkZX_j-133">
+         <mxCell id="59XTsty1G1Yx93DkZX_j-152" edge="1" parent="1" source="59XTsty1G1Yx93DkZX_j-124" style="edgeStyle=orthogonalEdgeStyle;orthogonalLoop=1;jettySize=auto;html=1;entryX=0.5;entryY=0;entryDx=0;entryDy=0;endArrow=none;endFill=0;" target="59XTsty1G1Yx93DkZX_j-133">
          <mxGeometry relative="1" as="geometry" />
        </mxCell>
        <mxCell id="59XTsty1G1Yx93DkZX_j-124" parent="1" style="rounded=0;whiteSpace=wrap;html=1;fillColor=#f5f5f5;fontColor=#333333;strokeColor=#666666;" value="ESC" vertex="1">
          <mxGeometry height="20" width="40" x="1585" y="950" as="geometry" />
        </mxCell>
        <mxCell id="59XTsty1G1Yx93DkZX_j-126" parent="1" style="rhombus;whiteSpace=wrap;html=1;fillColor=#b1ddf0;strokeColor=#10739e;" value="T-200 Thruster" vertex="1">
          <mxGeometry height="60" width="60" x="1155" y="1000" as="geometry" />
        </mxCell>
        <mxCell id="59XTsty1G1Yx93DkZX_j-127" parent="1" style="rhombus;whiteSpace=wrap;html=1;fillColor=#b1ddf0;strokeColor=#10739e;" value="T-200 Thruster" vertex="1">
          <mxGeometry height="60" width="60" x="1215" y="1000" as="geometry" />
        </mxCell>
        <mxCell id="59XTsty1G1Yx93DkZX_j-128" parent="1" style="rhombus;whiteSpace=wrap;html=1;fillColor=#b1ddf0;strokeColor=#10739e;" value="T-200 Thruster" vertex="1">
          <mxGeometry height="60" width="60" x="1275" y="1000" as="geometry" />
        </mxCell>
        <mxCell id="59XTsty1G1Yx93DkZX_j-129" parent="1" style="rhombus;whiteSpace=wrap;html=1;fillColor=#b1ddf0;strokeColor=#10739e;" value="T-200 Thruster" vertex="1">
          <mxGeometry height="60" width="60" x="1335" y="1000" as="geometry" />
        </mxCell>
        <mxCell id="59XTsty1G1Yx93DkZX_j-130" parent="1" style="rhombus;whiteSpace=wrap;html=1;fillColor=#b1ddf0;strokeColor=#10739e;" value="T-200 Thruster" vertex="1">
          <mxGeometry height="60" width="60" x="1395" y="1000" as="geometry" />
        </mxCell>
        <mxCell id="59XTsty1G1Yx93DkZX_j-131" parent="1" style="rhombus;whiteSpace=wrap;html=1;fillColor=#b1ddf0;strokeColor=#10739e;" value="T-200 Thruster" vertex="1">
          <mxGeometry height="60" width="60" x="1455" y="1000" as="geometry" />
        </mxCell>
        <mxCell id="59XTsty1G1Yx93DkZX_j-132" parent="1" style="rhombus;whiteSpace=wrap;html=1;fillColor=#b1ddf0;strokeColor=#10739e;" value="T-200 Thruster" vertex="1">
          <mxGeometry height="60" width="60" x="1515" y="1000" as="geometry" />
        </mxCell>
        <mxCell id="59XTsty1G1Yx93DkZX_j-133" parent="1" style="rhombus;whiteSpace=wrap;html=1;fillColor=#b1ddf0;strokeColor=#10739e;" value="T-200 Thruster" vertex="1">
          <mxGeometry height="60" width="60" x="1575" y="1000" as="geometry" />
        </mxCell>
        <mxCell id="59XTsty1G1Yx93DkZX_j-153" parent="1" style="rounded=0;whiteSpace=wrap;html=1;fillColor=#b1ddf0;strokeColor=#10739e;" value="Camera" vertex="1">
          <mxGeometry height="30" width="80" x="1165" y="660" as="geometry" />
        </mxCell>
        <mxCell id="59XTsty1G1Yx93DkZX_j-154" parent="1" style="rounded=0;whiteSpace=wrap;html=1;fillColor=#b1ddf0;strokeColor=#10739e;" value="Camera" vertex="1">
          <mxGeometry height="30" width="80" x="1165" y="700" as="geometry" />
        </mxCell>
        <mxCell id="59XTsty1G1Yx93DkZX_j-155" parent="1" style="rounded=0;whiteSpace=wrap;html=1;fillColor=#b1ddf0;strokeColor=#10739e;" value="Gripper" vertex="1">
          <mxGeometry height="30" width="80" x="1165" y="740" as="geometry" />
        </mxCell>
        <mxCell id="59XTsty1G1Yx93DkZX_j-163" parent="1" style="rounded=0;whiteSpace=wrap;html=1;fillColor=#b1ddf0;strokeColor=#10739e;" value="IMUs" vertex="1">
          <mxGeometry height="30" width="80" x="1015" y="780" as="geometry" />
        </mxCell>
        <mxCell id="59XTsty1G1Yx93DkZX_j-164" parent="1" style="rounded=0;whiteSpace=wrap;html=1;fillColor=#b1ddf0;strokeColor=#10739e;" value="VectorNav" vertex="1">
          <mxGeometry height="30" width="80" x="1015" y="740" as="geometry" />
        </mxCell>
        <mxCell id="59XTsty1G1Yx93DkZX_j-165" parent="1" style="rounded=0;whiteSpace=wrap;html=1;fillColor=#b1ddf0;strokeColor=#10739e;" value="Sensors and Lights" vertex="1">
          <mxGeometry height="30" width="80" x="1015" y="820" as="geometry" />
        </mxCell>
-         <mxCell id="59XTsty1G1Yx93DkZX_j-185" edge="1" parent="1" source="59XTsty1G1Yx93DkZX_j-179" style="edgeStyle=orthogonalEdgeStyle;orthogonalLoop=1;jettySize=auto;html=1;entryX=1;entryY=0.5;entryDx=0;entryDy=0;" target="59XTsty1G1Yx93DkZX_j-155">
+         <mxCell id="59XTsty1G1Yx93DkZX_j-185" edge="1" parent="1" source="59XTsty1G1Yx93DkZX_j-179" style="edgeStyle=orthogonalEdgeStyle;orthogonalLoop=1;jettySize=auto;html=1;entryX=1;entryY=0.5;entryDx=0;entryDy=0;endArrow=none;endFill=0;" target="59XTsty1G1Yx93DkZX_j-155">
          <mxGeometry relative="1" as="geometry">
            <Array as="points">
              <mxPoint x="1290" y="580" />
              <mxPoint x="1290" y="755" />
            </Array>
          </mxGeometry>
        </mxCell>
-         <mxCell id="0vSBfI8_46AL9H7hPHAw-5" edge="1" parent="1" source="59XTsty1G1Yx93DkZX_j-179" style="edgeStyle=orthogonalEdgeStyle;rounded=1;orthogonalLoop=1;jettySize=auto;html=1;entryX=1;entryY=0.5;entryDx=0;entryDy=0;curved=0;" target="0vSBfI8_46AL9H7hPHAw-3">
+         <mxCell id="0vSBfI8_46AL9H7hPHAw-5" edge="1" parent="1" source="59XTsty1G1Yx93DkZX_j-179" style="edgeStyle=orthogonalEdgeStyle;rounded=1;orthogonalLoop=1;jettySize=auto;html=1;entryX=1;entryY=0.5;entryDx=0;entryDy=0;curved=0;endArrow=none;endFill=0;" target="0vSBfI8_46AL9H7hPHAw-3">
          <mxGeometry relative="1" as="geometry">
            <Array as="points">
              <mxPoint x="1290" y="580" />
              <mxPoint x="1290" y="795" />
            </Array>
          </mxGeometry>
        </mxCell>
        <mxCell id="59XTsty1G1Yx93DkZX_j-179" parent="1" style="rounded=0;whiteSpace=wrap;html=1;" value="12v -&amp;gt; 7v Converter for Servos" vertex="1">
          <mxGeometry height="60" width="120" x="1155" y="550" as="geometry" />
        </mxCell>
        <mxCell id="59XTsty1G1Yx93DkZX_j-183" edge="1" parent="1" source="59XTsty1G1Yx93DkZX_j-180" style="edgeStyle=orthogonalEdgeStyle;orthogonalLoop=1;jettySize=auto;html=1;endArrow=none;endFill=0;" target="59XTsty1G1Yx93DkZX_j-111">
          <mxGeometry relative="1" as="geometry">
            <Array as="points">
              <mxPoint x="980" y="530" />
            </Array>
          </mxGeometry>
        </mxCell>
-         <mxCell id="59XTsty1G1Yx93DkZX_j-184" edge="1" parent="1" source="59XTsty1G1Yx93DkZX_j-180" style="edgeStyle=orthogonalEdgeStyle;orthogonalLoop=1;jettySize=auto;html=1;entryX=0.5;entryY=0;entryDx=0;entryDy=0;" target="59XTsty1G1Yx93DkZX_j-179">
+         <mxCell id="59XTsty1G1Yx93DkZX_j-184" edge="1" parent="1" source="59XTsty1G1Yx93DkZX_j-180" style="edgeStyle=orthogonalEdgeStyle;orthogonalLoop=1;jettySize=auto;html=1;entryX=0.5;entryY=0;entryDx=0;entryDy=0;endArrow=none;endFill=0;" target="59XTsty1G1Yx93DkZX_j-179">
          <mxGeometry relative="1" as="geometry">
            <Array as="points">
              <mxPoint x="1215" y="530" />
            </Array>
          </mxGeometry>
        </mxCell>
        <mxCell id="59XTsty1G1Yx93DkZX_j-180" parent="1" style="rounded=0;whiteSpace=wrap;html=1;fillColor=#f8cecc;strokeColor=#b85450;fontStyle=1" value="Computer Powerbus" vertex="1">
          <mxGeometry height="60" width="120" x="1335" y="510" as="geometry" />
        </mxCell>
        <mxCell id="59XTsty1G1Yx93DkZX_j-218" edge="1" parent="1" source="59XTsty1G1Yx93DkZX_j-208" style="edgeStyle=orthogonalEdgeStyle;orthogonalLoop=1;jettySize=auto;html=1;endArrow=none;endFill=0;" target="59XTsty1G1Yx93DkZX_j-66">
          <mxGeometry relative="1" as="geometry" />
        </mxCell>
        <mxCell id="59XTsty1G1Yx93DkZX_j-219" edge="1" parent="1" source="59XTsty1G1Yx93DkZX_j-208" style="edgeStyle=orthogonalEdgeStyle;orthogonalLoop=1;jettySize=auto;html=1;entryX=1;entryY=0.5;entryDx=0;entryDy=0;endArrow=none;endFill=0;" target="59XTsty1G1Yx93DkZX_j-214">
          <mxGeometry relative="1" as="geometry" />
        </mxCell>
        <mxCell id="59XTsty1G1Yx93DkZX_j-224" edge="1" parent="1" source="59XTsty1G1Yx93DkZX_j-208" style="edgeStyle=orthogonalEdgeStyle;orthogonalLoop=1;jettySize=auto;html=1;entryX=1;entryY=0.5;entryDx=0;entryDy=0;endArrow=none;endFill=0;" target="59XTsty1G1Yx93DkZX_j-221">
          <mxGeometry relative="1" as="geometry">
            <Array as="points">
              <mxPoint x="1359.35" y="280" />
              <mxPoint x="1359.35" y="425" />
            </Array>
          </mxGeometry>
        </mxCell>
        <mxCell id="59XTsty1G1Yx93DkZX_j-208" parent="1" style="rounded=0;whiteSpace=wrap;html=1;" value="Power Strip" vertex="1">
          <mxGeometry height="60" width="120" x="1454.35" y="250" as="geometry" />
        </mxCell>
        <mxCell id="59XTsty1G1Yx93DkZX_j-226" edge="1" parent="1" source="59XTsty1G1Yx93DkZX_j-214" style="edgeStyle=orthogonalEdgeStyle;orthogonalLoop=1;jettySize=auto;html=1;dashed=1;strokeColor=#3333FF;entryX=0.75;entryY=0;entryDx=0;entryDy=0;endArrow=none;endFill=0;" target="59XTsty1G1Yx93DkZX_j-222" value="">
          <mxGeometry relative="1" as="geometry">
            <Array as="points">
              <mxPoint x="1180" y="360" />
              <mxPoint x="1179" y="360" />
            </Array>
          </mxGeometry>
        </mxCell>
        <mxCell id="59XTsty1G1Yx93DkZX_j-227" edge="1" parent="1" source="59XTsty1G1Yx93DkZX_j-214" style="edgeStyle=orthogonalEdgeStyle;orthogonalLoop=1;jettySize=auto;html=1;dashed=1;strokeColor=#3333FF;endArrow=none;endFill=0;" target="59XTsty1G1Yx93DkZX_j-221">
          <mxGeometry relative="1" as="geometry">
            <Array as="points">
              <mxPoint x="1244" y="350" />
              <mxPoint x="1244" y="350" />
            </Array>
          </mxGeometry>
        </mxCell>
        <mxCell id="0vSBfI8_46AL9H7hPHAw-9" edge="1" parent="1" source="59XTsty1G1Yx93DkZX_j-214" style="edgeStyle=orthogonalEdgeStyle;rounded=0;orthogonalLoop=1;jettySize=auto;html=1;endArrow=none;endFill=0;" target="0vSBfI8_46AL9H7hPHAw-7" value="">
          <mxGeometry relative="1" as="geometry">
            <Array as="points">
              <mxPoint x="1120" y="270" />
              <mxPoint x="1120" y="270" />
            </Array>
          </mxGeometry>
        </mxCell>
        <mxCell id="0vSBfI8_46AL9H7hPHAw-13" edge="1" parent="1" source="59XTsty1G1Yx93DkZX_j-214" style="edgeStyle=orthogonalEdgeStyle;rounded=1;orthogonalLoop=1;jettySize=auto;html=1;entryX=0.25;entryY=0;entryDx=0;entryDy=0;curved=0;endArrow=none;endFill=0;" target="59XTsty1G1Yx93DkZX_j-222">
          <mxGeometry relative="1" as="geometry">
            <Array as="points">
              <mxPoint x="1169.35" y="390" />
              <mxPoint x="1139.35" y="390" />
            </Array>
          </mxGeometry>
        </mxCell>
        <mxCell id="0vSBfI8_46AL9H7hPHAw-36" edge="1" parent="1" source="59XTsty1G1Yx93DkZX_j-214" style="edgeStyle=orthogonalEdgeStyle;rounded=0;orthogonalLoop=1;jettySize=auto;html=1;dashed=1;strokeColor=#3333FF;endArrow=none;endFill=0;" target="0vSBfI8_46AL9H7hPHAw-7" value="">
          <mxGeometry relative="1" as="geometry">
            <Array as="points">
              <mxPoint x="1120" y="290" />
              <mxPoint x="1120" y="290" />
            </Array>
          </mxGeometry>
        </mxCell>
        <mxCell id="59XTsty1G1Yx93DkZX_j-214" parent="1" style="rounded=0;whiteSpace=wrap;html=1;fillColor=#f8cecc;strokeColor=#b85450;fontStyle=1" value="&lt;div&gt;Laptop Surface Station&lt;/div&gt;&lt;div&gt;(Toughbook)&lt;/div&gt;" vertex="1">
          <mxGeometry height="60" width="120" x="1145" y="250" as="geometry" />
        </mxCell>
        <mxCell id="0vSBfI8_46AL9H7hPHAw-10" edge="1" parent="1" source="59XTsty1G1Yx93DkZX_j-221" style="edgeStyle=orthogonalEdgeStyle;rounded=1;orthogonalLoop=1;jettySize=auto;html=1;strokeColor=#3333FF;curved=0;dashed=1;exitX=0.5;exitY=1;exitDx=0;exitDy=0;endArrow=none;endFill=0;" target="0vSBfI8_46AL9H7hPHAw-7">
          <mxGeometry relative="1" as="geometry">
            <Array as="points">
-               <mxPoint x="1244" y="450" />
-               <mxPoint x="1030" y="450" />
+               <mxPoint x="1244" y="460" />
+               <mxPoint x="1030" y="460" />
            </Array>
          </mxGeometry>
        </mxCell>
        <mxCell id="59XTsty1G1Yx93DkZX_j-221" parent="1" style="rounded=0;whiteSpace=wrap;html=1;fillColor=#b1ddf0;strokeColor=#10739e;" value="Wireless Router" vertex="1">
          <mxGeometry height="30" width="80" x="1204.35" y="410" as="geometry" />
        </mxCell>
        <mxCell id="59XTsty1G1Yx93DkZX_j-222" parent="1" style="rounded=0;whiteSpace=wrap;html=1;fillColor=#b1ddf0;strokeColor=#10739e;" value="Joystick and Throttle" vertex="1">
          <mxGeometry height="30" width="80" x="1119.35" y="410" as="geometry" />
        </mxCell>
        <mxCell id="59XTsty1G1Yx93DkZX_j-242" edge="1" parent="1" source="59XTsty1G1Yx93DkZX_j-231" style="edgeStyle=orthogonalEdgeStyle;orthogonalLoop=1;jettySize=auto;html=1;entryX=0.25;entryY=0;entryDx=0;entryDy=0;dashed=1;strokeColor=#3333FF;endArrow=none;endFill=0;" target="59XTsty1G1Yx93DkZX_j-123">
          <mxGeometry relative="1" as="geometry">
            <Array as="points">
              <mxPoint x="1055" y="900" />
              <mxPoint x="1535" y="900" />
            </Array>
          </mxGeometry>
        </mxCell>
        <mxCell id="59XTsty1G1Yx93DkZX_j-243" edge="1" parent="1" source="59XTsty1G1Yx93DkZX_j-231" style="edgeStyle=orthogonalEdgeStyle;orthogonalLoop=1;jettySize=auto;html=1;entryX=0.25;entryY=0;entryDx=0;entryDy=0;dashed=1;strokeColor=#3333FF;endArrow=none;endFill=0;" target="59XTsty1G1Yx93DkZX_j-124">
          <mxGeometry relative="1" as="geometry">
            <Array as="points">
              <mxPoint x="1055" y="900" />
              <mxPoint x="1595" y="900" />
            </Array>
          </mxGeometry>
        </mxCell>
        <mxCell id="59XTsty1G1Yx93DkZX_j-244" edge="1" parent="1" source="59XTsty1G1Yx93DkZX_j-231" style="edgeStyle=orthogonalEdgeStyle;orthogonalLoop=1;jettySize=auto;html=1;entryX=0.25;entryY=0;entryDx=0;entryDy=0;dashed=1;strokeColor=#3333FF;endArrow=none;endFill=0;" target="59XTsty1G1Yx93DkZX_j-122">
          <mxGeometry relative="1" as="geometry">
            <Array as="points">
              <mxPoint x="1055" y="900" />
              <mxPoint x="1475" y="900" />
            </Array>
          </mxGeometry>
        </mxCell>
        <mxCell id="59XTsty1G1Yx93DkZX_j-245" edge="1" parent="1" source="59XTsty1G1Yx93DkZX_j-231" style="edgeStyle=orthogonalEdgeStyle;orthogonalLoop=1;jettySize=auto;html=1;entryX=0.25;entryY=0;entryDx=0;entryDy=0;dashed=1;strokeColor=#3333FF;endArrow=none;endFill=0;" target="59XTsty1G1Yx93DkZX_j-121">
          <mxGeometry relative="1" as="geometry">
            <Array as="points">
              <mxPoint x="1055" y="900" />
              <mxPoint x="1415" y="900" />
            </Array>
          </mxGeometry>
        </mxCell>
        <mxCell id="59XTsty1G1Yx93DkZX_j-246" edge="1" parent="1" source="59XTsty1G1Yx93DkZX_j-231" style="edgeStyle=orthogonalEdgeStyle;orthogonalLoop=1;jettySize=auto;html=1;entryX=0.25;entryY=0;entryDx=0;entryDy=0;dashed=1;strokeColor=#3333FF;endArrow=none;endFill=0;" target="59XTsty1G1Yx93DkZX_j-118">
          <mxGeometry relative="1" as="geometry">
            <Array as="points">
              <mxPoint x="1055" y="900" />
              <mxPoint x="1355" y="900" />
            </Array>
          </mxGeometry>
        </mxCell>
        <mxCell id="59XTsty1G1Yx93DkZX_j-247" edge="1" parent="1" source="59XTsty1G1Yx93DkZX_j-231" style="edgeStyle=orthogonalEdgeStyle;orthogonalLoop=1;jettySize=auto;html=1;entryX=0.25;entryY=0;entryDx=0;entryDy=0;dashed=1;strokeColor=#3333FF;endArrow=none;endFill=0;" target="59XTsty1G1Yx93DkZX_j-117">
          <mxGeometry relative="1" as="geometry">
            <Array as="points">
              <mxPoint x="1055" y="900" />
              <mxPoint x="1295" y="900" />
            </Array>
          </mxGeometry>
        </mxCell>
        <mxCell id="59XTsty1G1Yx93DkZX_j-248" edge="1" parent="1" source="59XTsty1G1Yx93DkZX_j-231" style="edgeStyle=orthogonalEdgeStyle;orthogonalLoop=1;jettySize=auto;html=1;entryX=0.25;entryY=0;entryDx=0;entryDy=0;dashed=1;strokeColor=#3333FF;endArrow=none;endFill=0;" target="59XTsty1G1Yx93DkZX_j-120">
          <mxGeometry relative="1" as="geometry">
            <Array as="points">
              <mxPoint x="1055" y="900" />
              <mxPoint x="1235" y="900" />
            </Array>
          </mxGeometry>
        </mxCell>
        <mxCell id="59XTsty1G1Yx93DkZX_j-249" edge="1" parent="1" source="59XTsty1G1Yx93DkZX_j-231" style="edgeStyle=orthogonalEdgeStyle;orthogonalLoop=1;jettySize=auto;html=1;entryX=0.25;entryY=0;entryDx=0;entryDy=0;dashed=1;strokeColor=#3333FF;endArrow=none;endFill=0;" target="59XTsty1G1Yx93DkZX_j-116">
          <mxGeometry relative="1" as="geometry">
            <Array as="points">
              <mxPoint x="1055" y="900" />
              <mxPoint x="1175" y="900" />
            </Array>
          </mxGeometry>
        </mxCell>
        <mxCell id="0vSBfI8_46AL9H7hPHAw-2" edge="1" parent="1" source="59XTsty1G1Yx93DkZX_j-231" style="edgeStyle=orthogonalEdgeStyle;rounded=1;orthogonalLoop=1;jettySize=auto;html=1;entryX=0;entryY=0.5;entryDx=0;entryDy=0;dashed=1;strokeColor=#3333FF;curved=0;endArrow=none;endFill=0;" target="59XTsty1G1Yx93DkZX_j-155">
          <mxGeometry relative="1" as="geometry" />
        </mxCell>
        <mxCell id="0vSBfI8_46AL9H7hPHAw-6" edge="1" parent="1" source="59XTsty1G1Yx93DkZX_j-231" style="edgeStyle=orthogonalEdgeStyle;rounded=1;orthogonalLoop=1;jettySize=auto;html=1;entryX=0;entryY=0.5;entryDx=0;entryDy=0;curved=0;dashed=1;strokeColor=#3333FF;endArrow=none;endFill=0;" target="0vSBfI8_46AL9H7hPHAw-3">
          <mxGeometry relative="1" as="geometry" />
        </mxCell>
        <mxCell id="59XTsty1G1Yx93DkZX_j-231" parent="1" style="rounded=0;whiteSpace=wrap;html=1;fillColor=#b1ddf0;strokeColor=#10739e;" value="Motor Controller" vertex="1">
          <mxGeometry height="30" width="80" x="1015" y="860" as="geometry" />
        </mxCell>
        <mxCell id="0vSBfI8_46AL9H7hPHAw-3" parent="1" style="rounded=0;whiteSpace=wrap;html=1;fillColor=#b1ddf0;strokeColor=#10739e;" value="Spinner Tool Servo" vertex="1">
          <mxGeometry height="30" width="80" x="1165" y="780" as="geometry" />
        </mxCell>
        <mxCell id="0vSBfI8_46AL9H7hPHAw-30" edge="1" parent="1" source="0vSBfI8_46AL9H7hPHAw-7" style="edgeStyle=orthogonalEdgeStyle;rounded=1;orthogonalLoop=1;jettySize=auto;html=1;entryX=0.167;entryY=-0.009;entryDx=0;entryDy=0;dashed=1;strokeColor=#3333FF;curved=0;entryPerimeter=0;endArrow=none;endFill=0;" target="59XTsty1G1Yx93DkZX_j-111">
          <mxGeometry relative="1" as="geometry">
            <Array as="points">
              <mxPoint x="940" y="280" />
            </Array>
          </mxGeometry>
        </mxCell>
        <mxCell id="0vSBfI8_46AL9H7hPHAw-40" connectable="0" parent="0vSBfI8_46AL9H7hPHAw-30" style="edgeLabel;html=1;align=center;verticalAlign=middle;resizable=0;points=[];" value="TETHER (DATA)" vertex="1">
          <mxGeometry relative="1" x="-0.3495" as="geometry">
            <mxPoint as="offset" />
          </mxGeometry>
        </mxCell>
        <mxCell id="0vSBfI8_46AL9H7hPHAw-7" parent="1" style="rounded=0;whiteSpace=wrap;html=1;fillColor=#f8cecc;strokeColor=#b85450;fontStyle=1" value="Fathom-X Tether Interface" vertex="1">
          <mxGeometry height="60" width="120" x="975" y="250" as="geometry" />
        </mxCell>
        <mxCell id="0vSBfI8_46AL9H7hPHAw-19" parent="1" style="text;html=1;whiteSpace=wrap;strokeColor=none;fillColor=none;align=center;verticalAlign=middle;rounded=0;rotation=270;" value="&lt;font face=&quot;Helvetica&quot; style=&quot;font-size: 28px;&quot;&gt;&lt;b&gt;&lt;span style=&quot;color: rgb(0, 102, 204);&quot;&gt;IN WATER&lt;/span&gt;&lt;/b&gt;&lt;/font&gt;" vertex="1">
          <mxGeometry height="30" width="140" x="810" y="550" as="geometry" />
        </mxCell>
        <mxCell id="0vSBfI8_46AL9H7hPHAw-21" edge="1" parent="1" style="endArrow=none;html=1;rounded=0;strokeWidth=3;fillColor=#fad7ac;strokeColor=#b46504;shadow=1;" value="">
          <mxGeometry height="50" relative="1" width="50" as="geometry">
            <mxPoint x="889.35" y="480" as="sourcePoint" />
            <mxPoint x="890" y="150" as="targetPoint" />
          </mxGeometry>
        </mxCell>
        <mxCell id="0vSBfI8_46AL9H7hPHAw-24" edge="1" parent="1" style="endArrow=none;html=1;rounded=0;strokeWidth=3;fillColor=#fad7ac;strokeColor=#b46504;shadow=1;" value="">
          <mxGeometry height="50" relative="1" width="50" as="geometry">
            <mxPoint x="890" y="150" as="sourcePoint" />
            <mxPoint x="1639.35" y="150" as="targetPoint" />
          </mxGeometry>
        </mxCell>
        <mxCell id="0vSBfI8_46AL9H7hPHAw-25" edge="1" parent="1" style="endArrow=none;html=1;rounded=0;strokeWidth=3;fillColor=#fad7ac;strokeColor=#b46504;shadow=1;" value="">
          <mxGeometry height="50" relative="1" width="50" as="geometry">
            <mxPoint x="1639.35" y="480" as="sourcePoint" />
            <mxPoint x="1639.35" y="150" as="targetPoint" />
          </mxGeometry>
        </mxCell>
        <mxCell id="0vSBfI8_46AL9H7hPHAw-26" edge="1" parent="1" style="endArrow=none;html=1;rounded=0;strokeWidth=3;fillColor=#fad7ac;strokeColor=#b46504;shadow=1;" value="">
          <mxGeometry height="50" relative="1" width="50" as="geometry">
            <mxPoint x="889.35" y="480" as="sourcePoint" />
            <mxPoint x="1639.35" y="480" as="targetPoint" />
          </mxGeometry>
        </mxCell>
        <mxCell id="0vSBfI8_46AL9H7hPHAw-27" parent="1" style="text;html=1;whiteSpace=wrap;strokeColor=none;fillColor=none;align=center;verticalAlign=middle;rounded=0;rotation=270;" value="&lt;font style=&quot;font-size: 28px; color: rgb(180, 101, 4);&quot;&gt;&lt;b&gt;SURFACE&lt;/b&gt;&lt;/font&gt;" vertex="1">
          <mxGeometry height="30" width="140" x="809.35" y="390" as="geometry" />
        </mxCell>
        <mxCell id="0vSBfI8_46AL9H7hPHAw-37" parent="1" style="rounded=0;whiteSpace=wrap;html=1;fillColor=#b1ddf0;strokeColor=#10739e;" value="Camera" vertex="1">
          <mxGeometry height="30" width="80" x="1165" y="620" as="geometry" />
        </mxCell>
      </root>
    </mxGraphModel>
  </diagram>
</mxfile>
